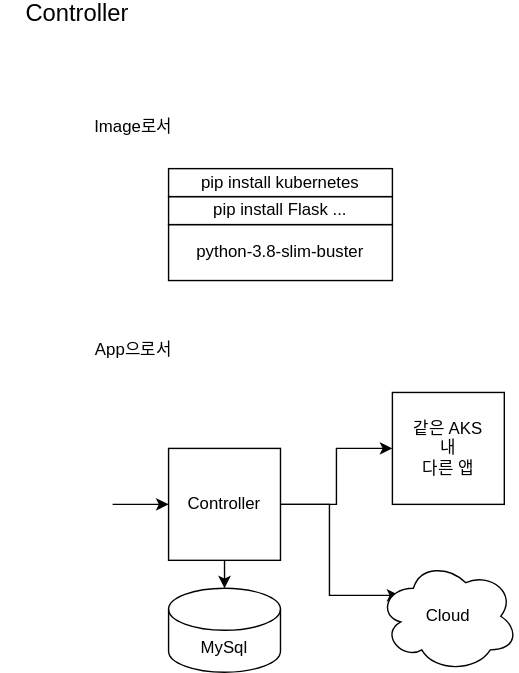
Above: img/controller-arch.svg in anabaral/azure-etude (draw.io), before the change. Source tidied: cells renumbered, new cells last; positions are measured from the earlier drawing's top-left corner, leaving out a move shared by most shapes. Source of this version:
```xml
<mxGraphModel>
  <root>
    <mxCell id="0" />
    <mxCell id="1" parent="0" />
    <mxCell id="2" value="&lt;font style=&quot;font-size: 17px&quot;&gt;Controller&lt;/font&gt;" style="text;html=1;strokeColor=none;fillColor=none;align=center;verticalAlign=middle;whiteSpace=wrap;rounded=0;" parent="1" vertex="1">
      <mxGeometry width="110" height="20" as="geometry" />
    </mxCell>
    <mxCell id="3" value="Image로서" style="text;html=1;strokeColor=none;fillColor=none;align=center;verticalAlign=middle;whiteSpace=wrap;rounded=0;" parent="1" vertex="1">
      <mxGeometry x="40" y="80" width="110" height="20" as="geometry" />
    </mxCell>
    <mxCell id="4" value="python-3.8-slim-buster" style="rounded=0;whiteSpace=wrap;html=1;" parent="1" vertex="1">
      <mxGeometry x="120" y="160" width="160" height="40" as="geometry" />
    </mxCell>
    <mxCell id="5" value="pip install Flask ..." style="rounded=0;whiteSpace=wrap;html=1;" parent="1" vertex="1">
      <mxGeometry x="120" y="140" width="160" height="20" as="geometry" />
    </mxCell>
    <mxCell id="6" value="pip install kubernetes" style="rounded=0;whiteSpace=wrap;html=1;" parent="1" vertex="1">
      <mxGeometry x="120" y="120" width="160" height="20" as="geometry" />
    </mxCell>
    <mxCell id="7" value="App으로서" style="text;html=1;strokeColor=none;fillColor=none;align=center;verticalAlign=middle;whiteSpace=wrap;rounded=0;" parent="1" vertex="1">
      <mxGeometry x="40" y="240" width="110" height="20" as="geometry" />
    </mxCell>
    <mxCell id="8" style="edgeStyle=orthogonalEdgeStyle;rounded=0;jettySize=auto;html=1;exitX=0.5;exitY=1;exitDx=0;exitDy=0;entryX=0.5;entryY=0;entryDx=0;entryDy=0;entryPerimeter=0;" parent="1" edge="1" source="11" target="12">
      <mxGeometry relative="1" as="geometry" />
    </mxCell>
    <mxCell id="9" style="edgeStyle=orthogonalEdgeStyle;rounded=0;jettySize=auto;html=1;exitX=1;exitY=0.5;exitDx=0;exitDy=0;entryX=0.15;entryY=0.313;entryDx=0;entryDy=0;entryPerimeter=0;" parent="1" edge="1" source="11" target="14">
      <mxGeometry relative="1" as="geometry" />
    </mxCell>
    <mxCell id="10" style="edgeStyle=orthogonalEdgeStyle;rounded=0;jettySize=auto;html=1;exitX=1;exitY=0.5;exitDx=0;exitDy=0;entryX=0;entryY=0.5;entryDx=0;entryDy=0;" parent="1" edge="1" source="11" target="15">
      <mxGeometry relative="1" as="geometry" />
    </mxCell>
    <mxCell id="11" value="Controller" style="rounded=0;whiteSpace=wrap;html=1;" parent="1" vertex="1">
      <mxGeometry x="120" y="320" width="80" height="80" as="geometry" />
    </mxCell>
    <mxCell id="12" value="MySql" style="shape=cylinder3;whiteSpace=wrap;html=1;boundedLbl=1;backgroundOutline=1;size=15;" parent="1" vertex="1">
      <mxGeometry x="120" y="420" width="80" height="60" as="geometry" />
    </mxCell>
    <mxCell id="13" style="endArrow=classic;html=1;entryX=0;entryY=0.5;entryDx=0;entryDy=0;" parent="1" edge="1" target="11">
      <mxGeometry relative="1" as="geometry">
        <mxPoint x="80" y="360" as="sourcePoint" />
      </mxGeometry>
    </mxCell>
    <mxCell id="14" value="Cloud" style="ellipse;shape=cloud;whiteSpace=wrap;html=1;" parent="1" vertex="1">
      <mxGeometry x="270" y="400" width="100" height="80" as="geometry" />
    </mxCell>
    <mxCell id="15" value="같은 AKS &lt;br&gt;내&lt;br&gt;다른 앱" style="rounded=0;whiteSpace=wrap;html=1;" parent="1" vertex="1">
      <mxGeometry x="280" y="280" width="80" height="80" as="geometry" />
    </mxCell>
  </root>
</mxGraphModel>
```
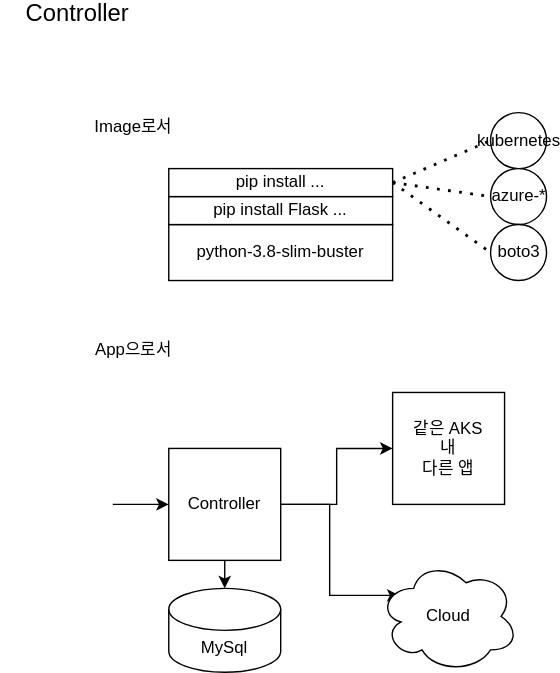
After the commit.

Diff of the diagram source:
```diff
@@ -14,7 +14,7 @@
     <mxCell id="5" value="pip install Flask ..." style="rounded=0;whiteSpace=wrap;html=1;" parent="1" vertex="1">
       <mxGeometry x="120" y="140" width="160" height="20" as="geometry" />
     </mxCell>
-    <mxCell id="6" value="pip install kubernetes" style="rounded=0;whiteSpace=wrap;html=1;" parent="1" vertex="1">
+    <mxCell id="6" value="pip install ..." style="rounded=0;whiteSpace=wrap;html=1;" parent="1" vertex="1">
       <mxGeometry x="120" y="120" width="160" height="20" as="geometry" />
     </mxCell>
     <mxCell id="7" value="App으로서" style="text;html=1;strokeColor=none;fillColor=none;align=center;verticalAlign=middle;whiteSpace=wrap;rounded=0;" parent="1" vertex="1">
@@ -46,5 +46,23 @@
     <mxCell id="15" value="같은 AKS &lt;br&gt;내&lt;br&gt;다른 앱" style="rounded=0;whiteSpace=wrap;html=1;" parent="1" vertex="1">
       <mxGeometry x="280" y="280" width="80" height="80" as="geometry" />
     </mxCell>
+    <mxCell id="16" value="kubernetes" style="ellipse;html=1;" parent="1" vertex="1">
+      <mxGeometry x="350" y="80" width="40" height="40" as="geometry" />
+    </mxCell>
+    <mxCell id="17" value="azure-*" style="ellipse;html=1;" parent="1" vertex="1">
+      <mxGeometry x="350" y="120" width="40" height="40" as="geometry" />
+    </mxCell>
+    <mxCell id="18" value="boto3" style="ellipse;html=1;" parent="1" vertex="1">
+      <mxGeometry x="350" y="160" width="40" height="40" as="geometry" />
+    </mxCell>
+    <mxCell id="19" style="endArrow=none;dashed=1;html=1;dashPattern=1 3;strokeWidth=2;exitX=1;exitY=0.5;exitDx=0;exitDy=0;entryX=0;entryY=0.5;entryDx=0;entryDy=0;" parent="1" edge="1" source="6" target="16">
+      <mxGeometry relative="1" as="geometry" />
+    </mxCell>
+    <mxCell id="20" style="endArrow=none;dashed=1;html=1;dashPattern=1 3;strokeWidth=2;exitX=1;exitY=0.5;exitDx=0;exitDy=0;entryX=0;entryY=0.5;entryDx=0;entryDy=0;" parent="1" edge="1" source="6" target="18">
+      <mxGeometry relative="1" as="geometry" />
+    </mxCell>
+    <mxCell id="21" style="endArrow=none;dashed=1;html=1;dashPattern=1 3;strokeWidth=2;exitX=1;exitY=0.5;exitDx=0;exitDy=0;entryX=0;entryY=0.5;entryDx=0;entryDy=0;" parent="1" edge="1" source="6" target="17">
+      <mxGeometry relative="1" as="geometry" />
+    </mxCell>
   </root>
 </mxGraphModel>
```
